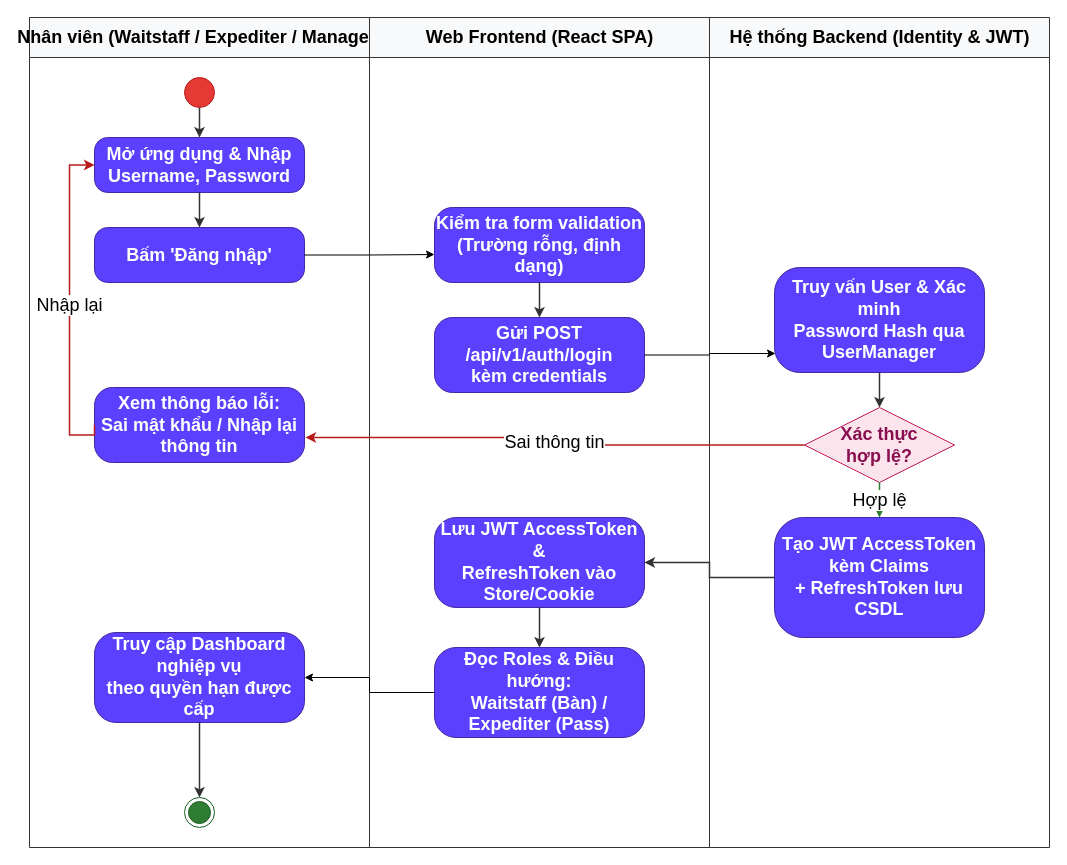
Before: docs/phase1/drawio/ad06_staff_login.drawio in AndrewQng/VinDining, a draw.io diagram. Source tidied: cells renumbered, new cells numbered last; positions are measured from the earlier drawing's top-left corner, leaving out a move shared by most shapes. Both pictures are drawn from the tidied source at 100%, with x=0, y=0 at pixel (29, 17).
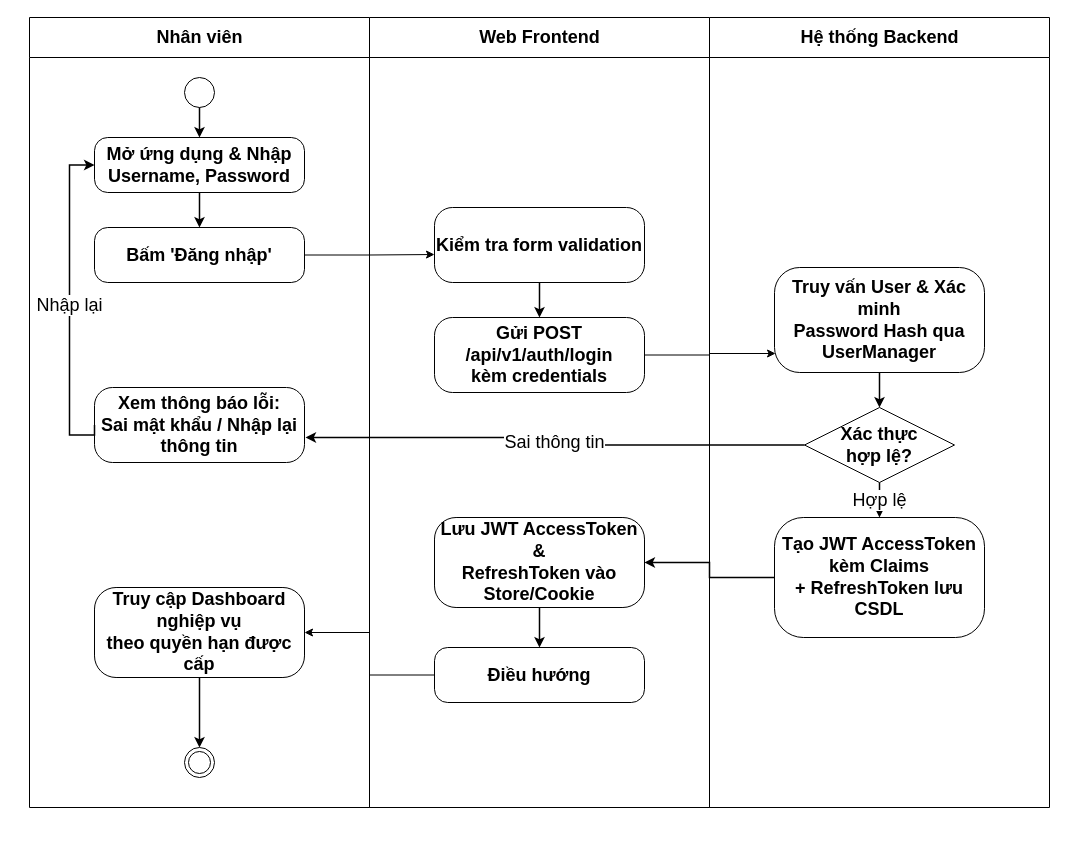
The same page after the edit.

The edit, as a diff of the source:
```diff
@@
-    <mxCell id="2" value="Nhân viên (Waitstaff / Expediter / Manager)" style="swimlane;html=1;startSize=40;horizontal=1;fontStyle=1;fontSize=18;align=center;verticalAlign=middle;fillColor=#f8f9fa;strokeColor=#333333;swimlaneLine=1;" parent="1" vertex="1">
-      <mxGeometry width="340" height="830" as="geometry" />
+    <mxCell id="2" value="Nhân viên" style="swimlane;html=1;startSize=40;horizontal=1;fontStyle=1;fontSize=18;align=center;verticalAlign=middle;swimlaneLine=1;" parent="1" vertex="1">
+      <mxGeometry width="340" height="790" as="geometry" />
     </mxCell>
-    <mxCell id="3" style="ellipse;whiteSpace=wrap;html=1;fillColor=#e53935;strokeColor=#b71c1c;fontSize=18;" parent="2" vertex="1">
+    <mxCell id="3" style="ellipse;whiteSpace=wrap;html=1;fontSize=18;" parent="2" vertex="1">
       <mxGeometry x="155" y="60" width="30" height="30" as="geometry" />
     </mxCell>
-    <mxCell id="4" value="Mở ứng dụng &amp;amp; Nhập&#10;Username, Password" style="rounded=1;arcSize=24;whiteSpace=wrap;html=1;fillColor=#5b40ff;strokeColor=#4527a0;fontColor=#ffffff;fontStyle=1;fontSize=18;align=center;verticalAlign=middle;" parent="2" vertex="1">
+    <mxCell id="4" value="Mở ứng dụng &amp;amp; Nhập&#10;Username, Password" style="rounded=1;arcSize=24;whiteSpace=wrap;html=1;fontStyle=1;fontSize=18;align=center;verticalAlign=middle;" parent="2" vertex="1">
       <mxGeometry x="65" y="120" width="210" height="55" as="geometry" />
     </mxCell>
-    <mxCell id="5" value="Bấm 'Đăng nhập'" style="rounded=1;arcSize=24;whiteSpace=wrap;html=1;fillColor=#5b40ff;strokeColor=#4527a0;fontColor=#ffffff;fontStyle=1;fontSize=18;align=center;verticalAlign=middle;" parent="2" vertex="1">
+    <mxCell id="5" value="Bấm 'Đăng nhập'" style="rounded=1;arcSize=24;whiteSpace=wrap;html=1;fontStyle=1;fontSize=18;align=center;verticalAlign=middle;" parent="2" vertex="1">
       <mxGeometry x="65" y="210" width="210" height="55" as="geometry" />
     </mxCell>
-    <mxCell id="6" value="Xem thông báo lỗi:&#10;Sai mật khẩu / Nhập lại thông tin" style="rounded=1;arcSize=24;whiteSpace=wrap;html=1;fillColor=#5b40ff;strokeColor=#4527a0;fontColor=#ffffff;fontStyle=1;fontSize=18;align=center;verticalAlign=middle;" parent="2" vertex="1">
+    <mxCell id="6" value="Xem thông báo lỗi:&#10;Sai mật khẩu / Nhập lại thông tin" style="rounded=1;arcSize=24;whiteSpace=wrap;html=1;fontStyle=1;fontSize=18;align=center;verticalAlign=middle;" parent="2" vertex="1">
       <mxGeometry x="65" y="370" width="210" height="75" as="geometry" />
     </mxCell>
-    <mxCell id="7" value="Truy cập Dashboard nghiệp vụ&#10;theo quyền hạn được cấp" style="rounded=1;arcSize=24;whiteSpace=wrap;html=1;fillColor=#5b40ff;strokeColor=#4527a0;fontColor=#ffffff;fontStyle=1;fontSize=18;align=center;verticalAlign=middle;" parent="2" vertex="1">
-      <mxGeometry x="65" y="615" width="210" height="90" as="geometry" />
+    <mxCell id="7" value="Truy cập Dashboard nghiệp vụ&#10;theo quyền hạn được cấp" style="rounded=1;arcSize=24;whiteSpace=wrap;html=1;fontStyle=1;fontSize=18;align=center;verticalAlign=middle;" parent="2" vertex="1">
+      <mxGeometry x="65" y="570" width="210" height="90" as="geometry" />
     </mxCell>
+    <mxCell id="28" style="ellipse;html=1;shape=endState;fontSize=18;" parent="2" vertex="1">
+      <mxGeometry x="155" y="730" width="30" height="30" as="geometry" />
+    </mxCell>
+    <mxCell id="29" style="edgeStyle=orthogonalEdgeStyle;rounded=0;strokeWidth=1.5;html=1;fontSize=18;" parent="2" edge="1" source="7" target="28">
+      <mxGeometry relative="1" as="geometry" />
+    </mxCell>
-    <mxCell id="8" value="Web Frontend (React SPA)" style="swimlane;html=1;startSize=40;horizontal=1;fontStyle=1;fontSize=18;align=center;verticalAlign=middle;fillColor=#f8f9fa;strokeColor=#333333;swimlaneLine=1;" parent="1" vertex="1">
-      <mxGeometry x="340" width="340" height="830" as="geometry" />
+    <mxCell id="8" value="Web Frontend" style="swimlane;html=1;startSize=40;horizontal=1;fontStyle=1;fontSize=18;align=center;verticalAlign=middle;swimlaneLine=1;" parent="1" vertex="1">
+      <mxGeometry x="340" width="340" height="790" as="geometry" />
     </mxCell>
-    <mxCell id="9" value="Kiểm tra form validation&#10;(Trường rỗng, định dạng)" style="rounded=1;arcSize=24;whiteSpace=wrap;html=1;fillColor=#5b40ff;strokeColor=#4527a0;fontColor=#ffffff;fontStyle=1;fontSize=18;align=center;verticalAlign=middle;" parent="8" vertex="1">
+    <mxCell id="9" value="Kiểm tra form validation" style="rounded=1;arcSize=24;whiteSpace=wrap;html=1;fontStyle=1;fontSize=18;align=center;verticalAlign=middle;" parent="8" vertex="1">
       <mxGeometry x="65" y="190" width="210" height="75" as="geometry" />
     </mxCell>
-    <mxCell id="10" value="Gửi POST /api/v1/auth/login&#10;kèm credentials" style="rounded=1;arcSize=24;whiteSpace=wrap;html=1;fillColor=#5b40ff;strokeColor=#4527a0;fontColor=#ffffff;fontStyle=1;fontSize=18;align=center;verticalAlign=middle;" parent="8" vertex="1">
+    <mxCell id="10" value="Gửi POST /api/v1/auth/login&#10;kèm credentials" style="rounded=1;arcSize=24;whiteSpace=wrap;html=1;fontStyle=1;fontSize=18;align=center;verticalAlign=middle;" parent="8" vertex="1">
       <mxGeometry x="65" y="300" width="210" height="75" as="geometry" />
     </mxCell>
-    <mxCell id="11" value="Lưu JWT AccessToken &amp;amp;&#10;RefreshToken vào Store/Cookie" style="rounded=1;arcSize=24;whiteSpace=wrap;html=1;fillColor=#5b40ff;strokeColor=#4527a0;fontColor=#ffffff;fontStyle=1;fontSize=18;align=center;verticalAlign=middle;" parent="8" vertex="1">
+    <mxCell id="11" value="Lưu JWT AccessToken &amp;amp;&#10;RefreshToken vào Store/Cookie" style="rounded=1;arcSize=24;whiteSpace=wrap;html=1;fontStyle=1;fontSize=18;align=center;verticalAlign=middle;" parent="8" vertex="1">
       <mxGeometry x="65" y="500" width="210" height="90" as="geometry" />
     </mxCell>
-    <mxCell id="12" value="Đọc Roles &amp;amp; Điều hướng:&#10;Waitstaff (Bàn) / Expediter (Pass)" style="rounded=1;arcSize=24;whiteSpace=wrap;html=1;fillColor=#5b40ff;strokeColor=#4527a0;fontColor=#ffffff;fontStyle=1;fontSize=18;align=center;verticalAlign=middle;" parent="8" vertex="1">
-      <mxGeometry x="65" y="630" width="210" height="90" as="geometry" />
+    <mxCell id="12" value="Điều hướng" style="rounded=1;arcSize=24;whiteSpace=wrap;html=1;fontStyle=1;fontSize=18;align=center;verticalAlign=middle;" parent="8" vertex="1">
+      <mxGeometry x="65" y="630" width="210" height="55" as="geometry" />
     </mxCell>
-    <mxCell id="13" value="Hệ thống Backend (Identity &amp;amp; JWT)" style="swimlane;html=1;startSize=40;horizontal=1;fontStyle=1;fontSize=18;align=center;verticalAlign=middle;fillColor=#f8f9fa;strokeColor=#333333;swimlaneLine=1;" parent="1" vertex="1">
-      <mxGeometry x="680" width="340" height="830" as="geometry" />
+    <mxCell id="13" value="Hệ thống Backend" style="swimlane;html=1;startSize=40;horizontal=1;fontStyle=1;fontSize=18;align=center;verticalAlign=middle;swimlaneLine=1;" parent="1" vertex="1">
+      <mxGeometry x="680" width="340" height="790" as="geometry" />
     </mxCell>
-    <mxCell id="14" value="Truy vấn User &amp;amp; Xác minh&#10;Password Hash qua UserManager" style="rounded=1;arcSize=24;whiteSpace=wrap;html=1;fillColor=#5b40ff;strokeColor=#4527a0;fontColor=#ffffff;fontStyle=1;fontSize=18;align=center;verticalAlign=middle;" parent="13" vertex="1">
+    <mxCell id="14" value="Truy vấn User &amp;amp; Xác minh&#10;Password Hash qua UserManager" style="rounded=1;arcSize=24;whiteSpace=wrap;html=1;fontStyle=1;fontSize=18;align=center;verticalAlign=middle;" parent="13" vertex="1">
       <mxGeometry x="65" y="250" width="210" height="105" as="geometry" />
     </mxCell>
-    <mxCell id="15" value="Xác thực&#10;hợp lệ?" style="rhombus;whiteSpace=wrap;html=1;fillColor=#fce4ec;strokeColor=#c2185b;fontColor=#880e4f;fontStyle=1;fontSize=18;align=center;verticalAlign=middle;" parent="13" vertex="1">
+    <mxCell id="15" value="Xác thực&#10;hợp lệ?" style="rhombus;whiteSpace=wrap;html=1;fontStyle=1;fontSize=18;align=center;verticalAlign=middle;" parent="13" vertex="1">
       <mxGeometry x="95" y="390" width="150" height="75" as="geometry" />
     </mxCell>
-    <mxCell id="16" value="Tạo JWT AccessToken kèm Claims&#10;+ RefreshToken lưu CSDL" style="rounded=1;arcSize=24;whiteSpace=wrap;html=1;fillColor=#5b40ff;strokeColor=#4527a0;fontColor=#ffffff;fontStyle=1;fontSize=18;align=center;verticalAlign=middle;" parent="13" vertex="1">
+    <mxCell id="16" value="Tạo JWT AccessToken kèm Claims&#10;+ RefreshToken lưu CSDL" style="rounded=1;arcSize=24;whiteSpace=wrap;html=1;fontStyle=1;fontSize=18;align=center;verticalAlign=middle;" parent="13" vertex="1">
       <mxGeometry x="65" y="500" width="210" height="120" as="geometry" />
     </mxCell>
-    <mxCell id="17" style="edgeStyle=orthogonalEdgeStyle;rounded=0;strokeColor=#333333;strokeWidth=1.5;html=1;fontSize=18;" parent="1" edge="1" source="3" target="4">
+    <mxCell id="17" style="edgeStyle=orthogonalEdgeStyle;rounded=0;strokeWidth=1.5;html=1;fontSize=18;" parent="1" edge="1" source="3" target="4">
       <mxGeometry relative="1" as="geometry" />
     </mxCell>
-    <mxCell id="18" style="edgeStyle=orthogonalEdgeStyle;rounded=0;strokeColor=#333333;strokeWidth=1.5;html=1;fontSize=18;" parent="1" edge="1" source="4" target="5">
+    <mxCell id="18" style="edgeStyle=orthogonalEdgeStyle;rounded=0;strokeWidth=1.5;html=1;fontSize=18;" parent="1" edge="1" source="4" target="5">
       <mxGeometry relative="1" as="geometry" />
     </mxCell>
-    <mxCell id="19" style="edgeStyle=orthogonalEdgeStyle;rounded=0;strokeColor=#333333;strokeWidth=1.5;html=1;fontSize=18;" parent="1" edge="1" source="9" target="10">
+    <mxCell id="19" style="edgeStyle=orthogonalEdgeStyle;rounded=0;strokeWidth=1.5;html=1;fontSize=18;" parent="1" edge="1" source="9" target="10">
       <mxGeometry relative="1" as="geometry" />
     </mxCell>
-    <mxCell id="20" style="edgeStyle=orthogonalEdgeStyle;rounded=0;strokeColor=#333333;strokeWidth=1.5;html=1;fontSize=18;" parent="1" edge="1" source="14" target="15">
+    <mxCell id="20" style="edgeStyle=orthogonalEdgeStyle;rounded=0;strokeWidth=1.5;html=1;fontSize=18;" parent="1" edge="1" source="14" target="15">
       <mxGeometry relative="1" as="geometry" />
     </mxCell>
-    <mxCell id="21" value="Sai thông tin" style="edgeStyle=orthogonalEdgeStyle;rounded=0;strokeColor=#b71c1c;strokeWidth=1.5;html=1;fontSize=18;labelBackgroundColor=#ffffff;exitX=0;exitY=0.5;entryX=1.005;entryY=0.667;entryDx=0;entryDy=0;entryPerimeter=0;" parent="1" edge="1" source="15" target="6">
+    <mxCell id="21" value="Sai thông tin" style="edgeStyle=orthogonalEdgeStyle;rounded=0;strokeWidth=1.5;html=1;fontSize=18;labelBackgroundColor=#ffffff;exitX=0;exitY=0.5;entryX=1.005;entryY=0.667;entryDx=0;entryDy=0;entryPerimeter=0;" parent="1" edge="1" source="15" target="6">
       <mxGeometry relative="1" as="geometry" />
     </mxCell>
-    <mxCell id="22" value="Nhập lại" style="edgeStyle=orthogonalEdgeStyle;rounded=0;strokeColor=#b71c1c;strokeWidth=1.5;html=1;fontSize=18;labelBackgroundColor=#ffffff;exitX=0;exitY=0.5;entryX=0;entryY=0.5;" parent="1" edge="1" source="6" target="4">
+    <mxCell id="22" value="Nhập lại" style="edgeStyle=orthogonalEdgeStyle;rounded=0;strokeWidth=1.5;html=1;fontSize=18;labelBackgroundColor=#ffffff;exitX=0;exitY=0.5;entryX=0;entryY=0.5;" parent="1" edge="1" source="6" target="4">
       <mxGeometry relative="1" as="geometry">
         <Array as="points">
           <mxPoint x="40" y="417.5" />
           <mxPoint x="40" y="147.5" />
         </Array>
       </mxGeometry>
     </mxCell>
-    <mxCell id="23" value="Hợp lệ" style="edgeStyle=orthogonalEdgeStyle;rounded=0;strokeColor=#2e7d32;strokeWidth=1.5;html=1;fontSize=18;labelBackgroundColor=#ffffff;exitX=0.5;exitY=1;entryX=0.5;entryY=0;" parent="1" edge="1" source="15" target="16">
+    <mxCell id="23" value="Hợp lệ" style="edgeStyle=orthogonalEdgeStyle;rounded=0;strokeWidth=1.5;html=1;fontSize=18;labelBackgroundColor=#ffffff;exitX=0.5;exitY=1;entryX=0.5;entryY=0;" parent="1" edge="1" source="15" target="16">
       <mxGeometry relative="1" as="geometry" />
     </mxCell>
-    <mxCell id="24" style="edgeStyle=orthogonalEdgeStyle;rounded=0;strokeColor=#333333;strokeWidth=1.5;html=1;exitX=0;exitY=0.5;entryX=1;entryY=0.5;fontSize=18;" parent="1" edge="1" source="16" target="11">
+    <mxCell id="24" style="edgeStyle=orthogonalEdgeStyle;rounded=0;strokeWidth=1.5;html=1;exitX=0;exitY=0.5;entryX=1;entryY=0.5;fontSize=18;" parent="1" edge="1" source="16" target="11">
       <mxGeometry relative="1" as="geometry" />
     </mxCell>
-    <mxCell id="25" style="edgeStyle=orthogonalEdgeStyle;rounded=0;strokeColor=#333333;strokeWidth=1.5;html=1;fontSize=18;" parent="1" edge="1" source="11" target="12">
+    <mxCell id="25" style="edgeStyle=orthogonalEdgeStyle;rounded=0;strokeWidth=1.5;html=1;fontSize=18;" parent="1" edge="1" source="11" target="12">
       <mxGeometry relative="1" as="geometry" />
     </mxCell>
@@
-    <mxCell id="28" style="ellipse;html=1;shape=endState;fillColor=#2e7d32;strokeColor=#1b5e20;fontSize=18;" parent="1" vertex="1">
-      <mxGeometry x="155" y="780" width="30" height="30" as="geometry" />
-    </mxCell>
-    <mxCell id="29" style="edgeStyle=orthogonalEdgeStyle;rounded=0;strokeColor=#333333;strokeWidth=1.5;html=1;fontSize=18;" parent="1" edge="1" source="7" target="28">
-      <mxGeometry relative="1" as="geometry" />
-    </mxCell>
```
